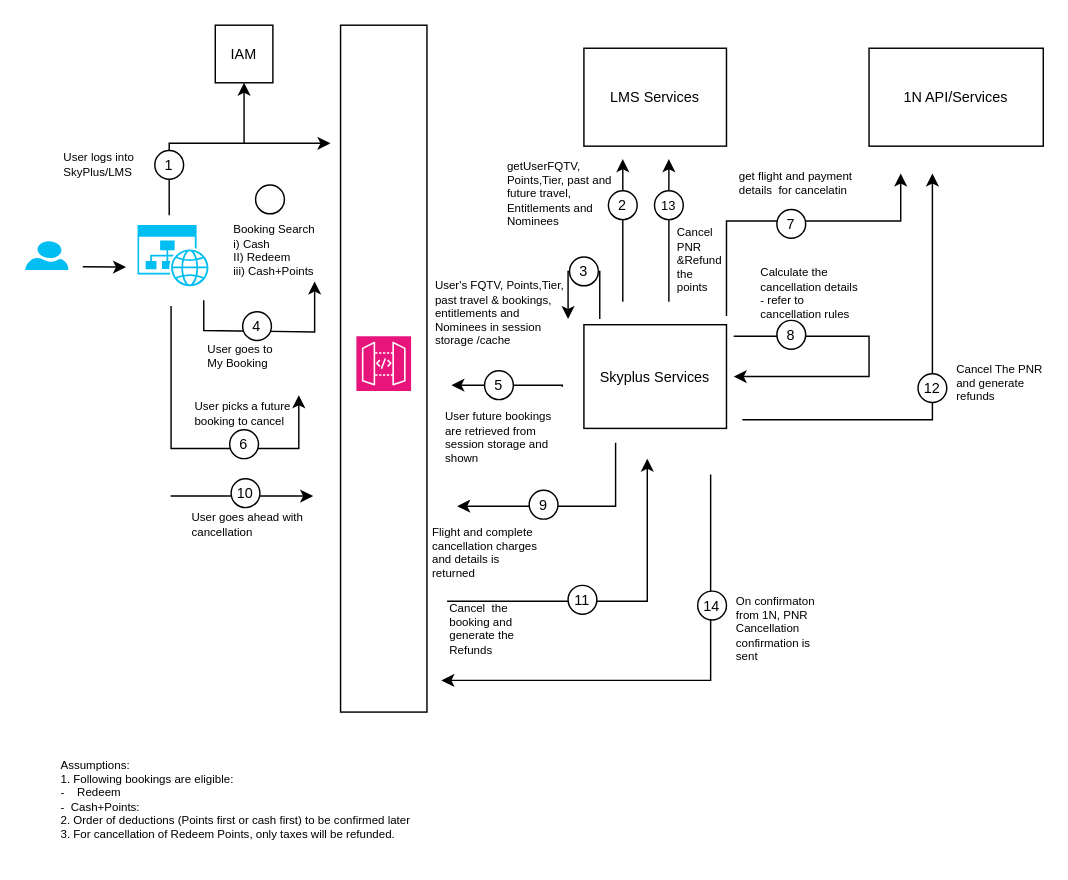
This is page "EarnCash" (2 of 2) of Cancellations Cash Plus Points LM Data Flow.drawio from nchauhan4/drawings, a draw.io file, before an edit. Source tidied: cells renumbered, new cells numbered last; positions are measured from the earlier drawing's top-left corner, leaving out a move shared by most shapes. Both pictures are drawn from the tidied source at 144%, with x=0, y=0 at pixel (24, 24).
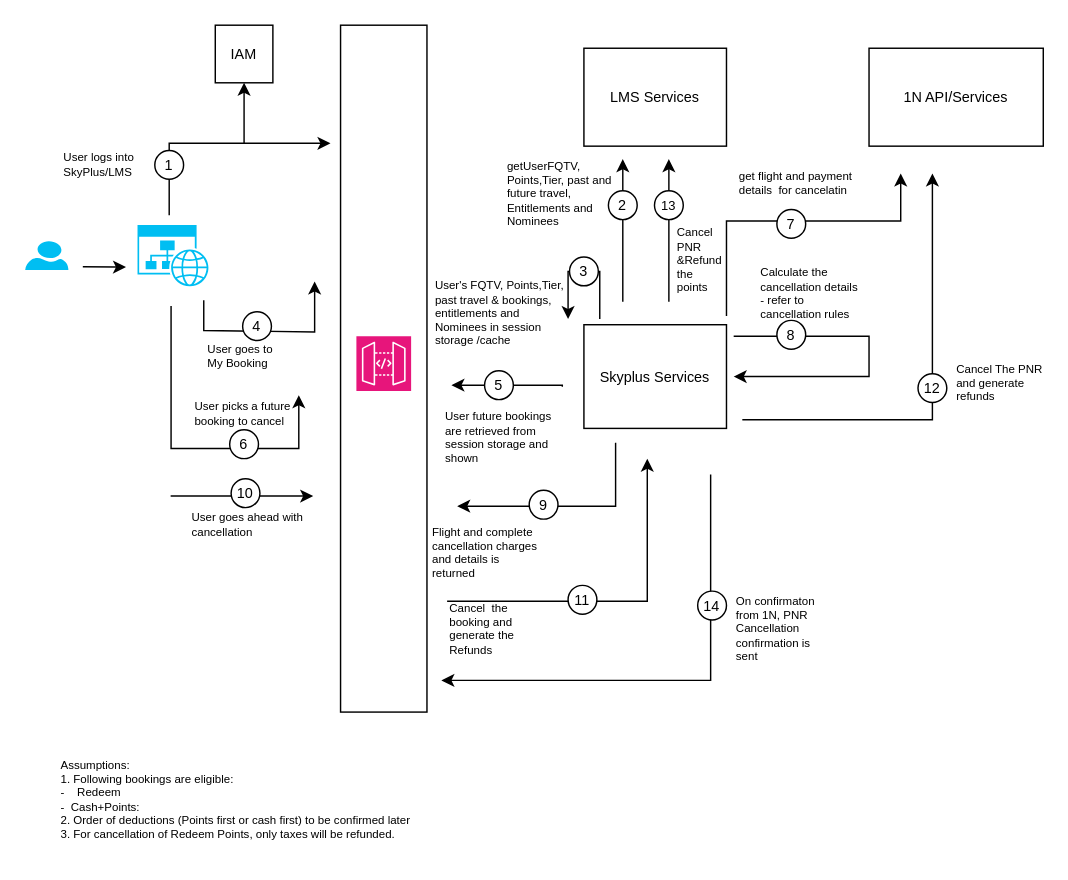
The same page after the edit.

What changed in the source:
```diff
@@
-    <mxCell id="8" value="Booking Search&lt;br&gt;i) Cash&lt;br&gt;II) Redeem&lt;br&gt;iii) Cash+Points" style="text;html=1;strokeColor=none;fillColor=none;align=left;verticalAlign=top;whiteSpace=wrap;rounded=0;fontSize=8;" parent="1" vertex="1">
-      <mxGeometry x="142.5" y="131" width="58.5" height="47" as="geometry" />
-    </mxCell>
@@
-    <mxCell id="11" style="ellipse;whiteSpace=wrap;html=1;" parent="1" vertex="1">
-      <mxGeometry x="160" y="111" width="20" height="20" as="geometry" />
-    </mxCell>
@@
-    <mxCell id="15" style="endArrow=classic;html=1;rounded=0;entryX=1;entryY=1;entryDx=0;entryDy=0;" parent="1" edge="1" target="8">
+    <mxCell id="15" style="endArrow=classic;html=1;rounded=0;entryX=1;entryY=1;entryDx=0;entryDy=0;" parent="1" edge="1">
       <mxGeometry relative="1" as="geometry">
         <mxPoint x="124" y="191" as="sourcePoint" />
+        <mxPoint x="201" y="178" as="targetPoint" />
         <Array as="points">
           <mxPoint x="124" y="212" />
           <mxPoint x="201" y="213" />
         </Array>
       </mxGeometry>
     </mxCell>
```
